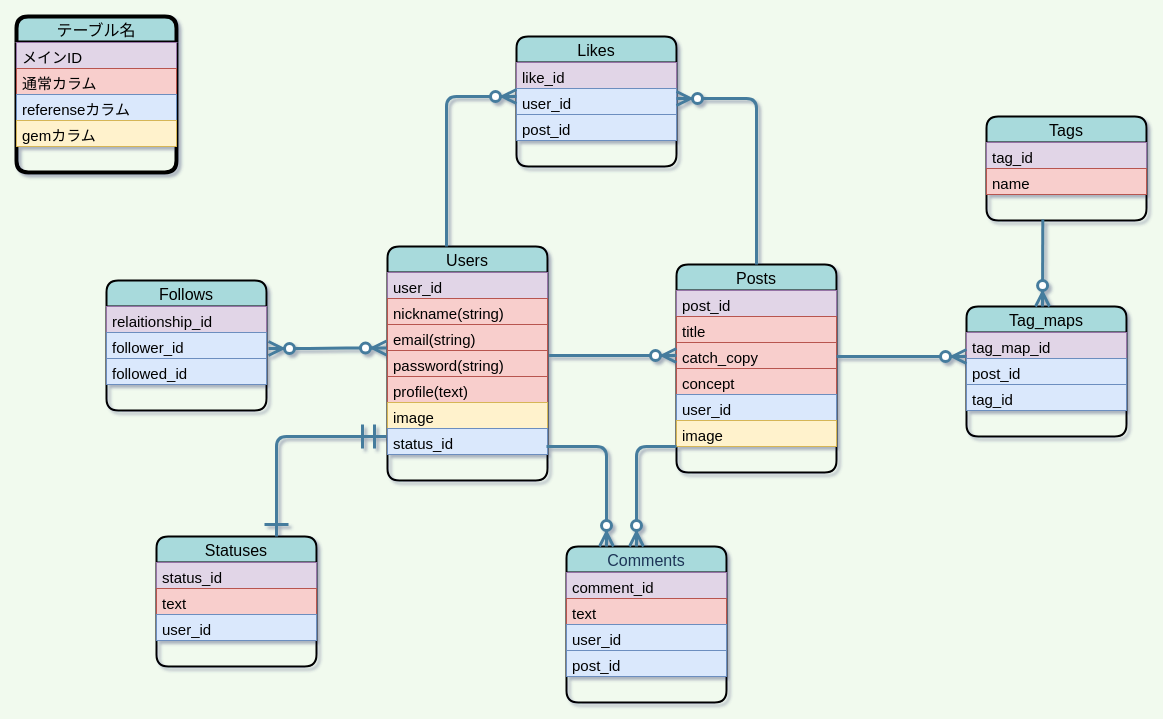
The draw.io diagram ER図.dio in Ryuji-Ichikawa/fit-care-health, before the edit. Source tidied: cells renumbered, new cells numbered last; positions are measured from the earlier drawing's top-left corner, leaving out a move shared by most shapes. Both pictures are drawn from the tidied source at 100%, with x=0, y=0 at pixel (16, 16).
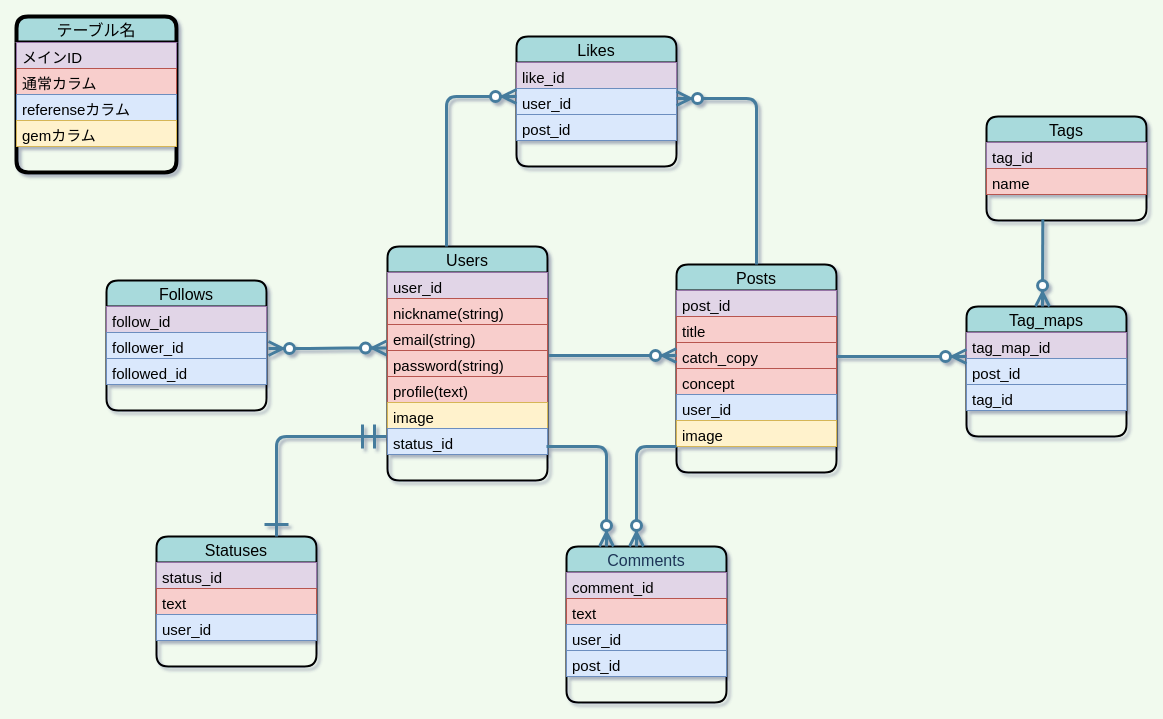
Above is the later version.

Unchanged cells that the change refers to:
```xml
<mxCell id="29" value="Follows" style="swimlane;fontStyle=0;horizontal=1;startSize=26;rounded=1;shadow=0;dashed=0;sketch=0;fontSize=16;strokeWidth=2;fillColor=#A8DADC;fontColor=#000000;strokeColor=#000000;" parent="1" vertex="1">
  <mxGeometry x="90" y="264" width="160" height="130" as="geometry" />
</mxCell>
```

The edit, as a diff of the source:
```diff
@@
-    <mxCell id="30" value="relaitionship_id" style="text;strokeColor=#9673a6;fillColor=#e1d5e7;align=left;verticalAlign=top;spacingLeft=4;spacingRight=4;overflow=hidden;fontColor=#000000;fontSize=15;" parent="29" vertex="1">
+    <mxCell id="30" value="follow_id" style="text;strokeColor=#9673a6;fillColor=#e1d5e7;align=left;verticalAlign=top;spacingLeft=4;spacingRight=4;overflow=hidden;fontColor=#000000;fontSize=15;" parent="29" vertex="1">
       <mxGeometry y="26" width="160" height="26" as="geometry" />
     </mxCell>
```
